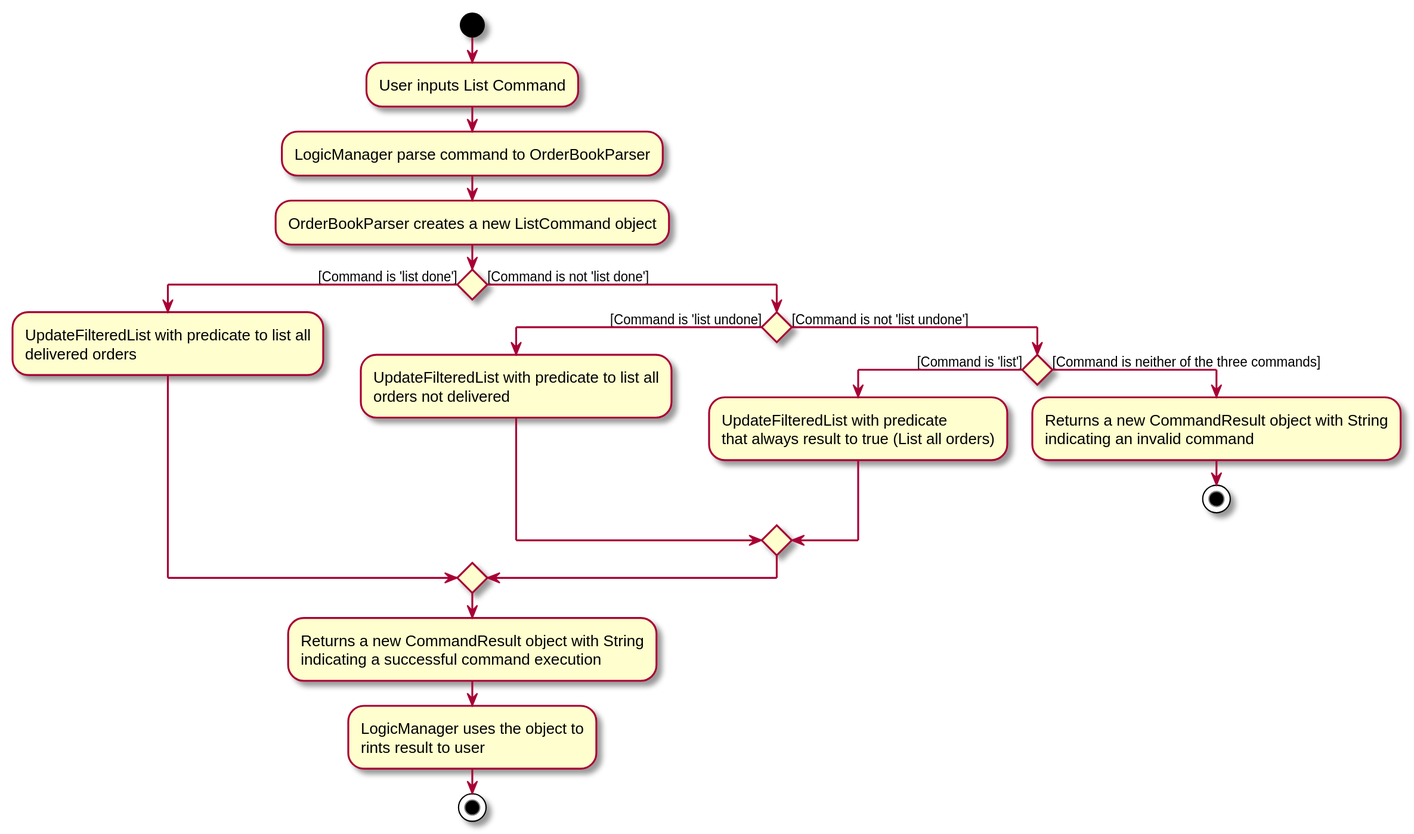
AY1920S2-CS2103T-W12-1/main keeps this PlantUML diagram as images/ListActivityDiagram.svg. Above is the earlier version.
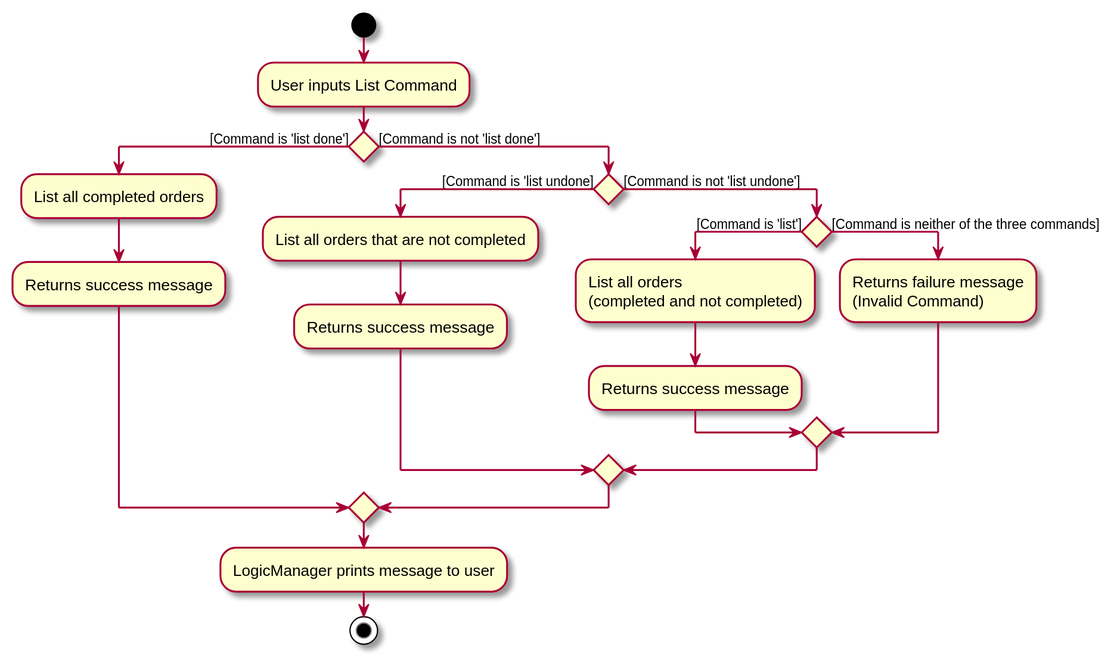
Above is the later version.

Change to the diagram source:
```diff
@@ -1,33 +1,27 @@
 @startuml
 start
 :User inputs List Command;
-:LogicManager parse command to OrderBookParser;
-:OrderBookParser creates a new ListCommand object;
+
 If () then ([Command is 'list done'])
-    :UpdateFilteredList with predicate to list all
-    delivered orders;
-
+    :List all completed orders;
+    :Returns success message;
 else ([Command is not 'list done'])
     If () then ([Command is 'list undone])
-        :UpdateFilteredList with predicate to list all
-        orders not delivered;
+        :List all orders that are not completed;
+        :Returns success message;
         else ([Command is not 'list undone'])
             If () then ([Command is 'list'])
-                :UpdateFilteredList with predicate
-                that always result to true (List all orders);
+                :List all orders
+                (completed and not completed);
+                :Returns success message;
             else ([Command is neither of the three commands])
-                :Returns a new CommandResult object with String
-                indicating an invalid command;
-
-                stop
+                :Returns failure message
+                (Invalid Command);
 
         endif
 endif
 endif
-:Returns a new CommandResult object with String
-indicating a successful command execution;
-:LogicManager uses the object to
-rints result to user;
+:LogicManager prints message to user;
 
 stop
 @enduml
```
